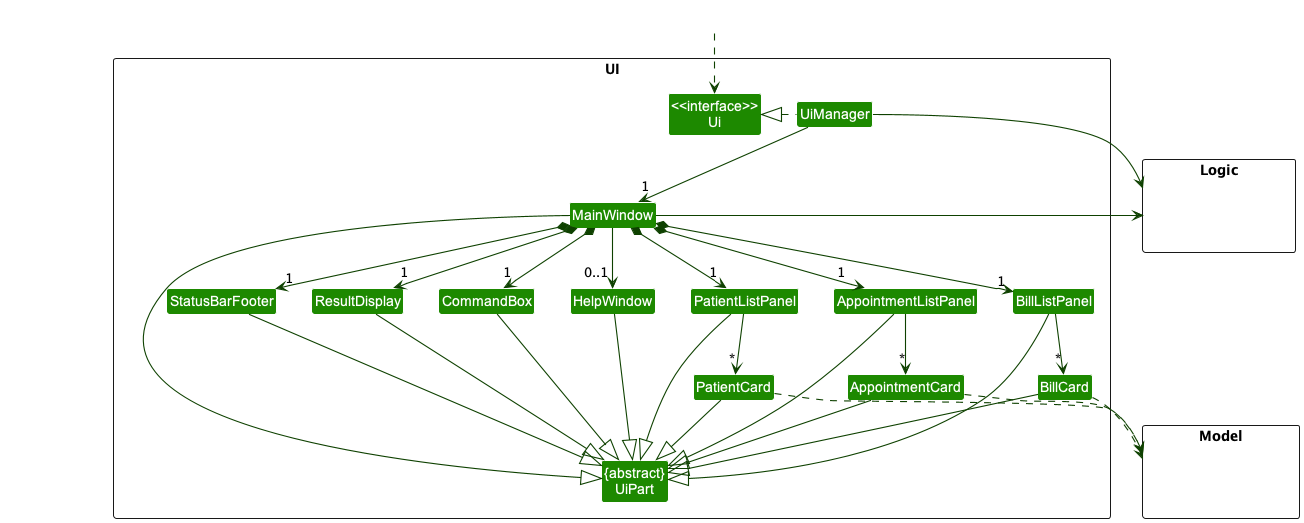
The PlantUML diagram docs/images/dg/UiClassDiagram.png in nus-cs2103-AY2223S1/tp, before a commit.
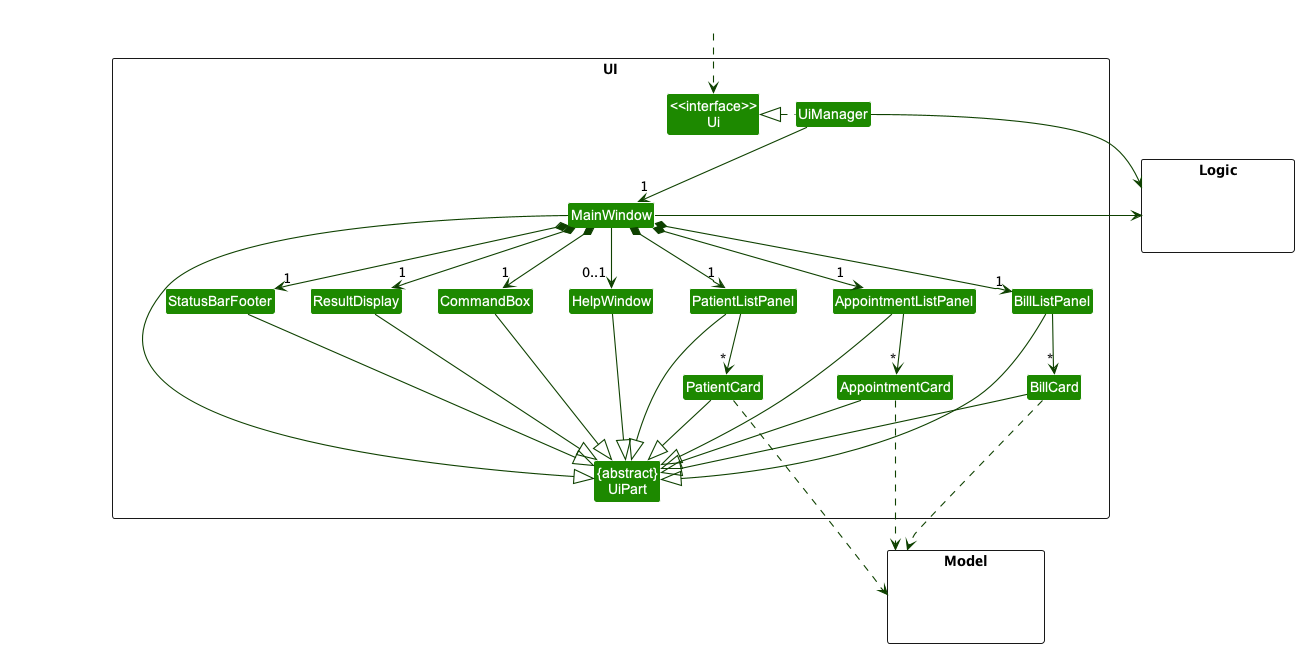
After the change.

What changed in the source:
```diff
@@ -59,9 +59,9 @@
 StatusBarFooter --|> UiPart
 HelpWindow --|> UiPart
 
-PatientCard .down.> Model
-AppointmentCard .down.> Model
-BillCard .down.> Model
+PatientCard .down..> Model
+AppointmentCard .down..> Model
+BillCard .down..> Model
 UiManager -right-> Logic
 MainWindow -left-> Logic
 
```
